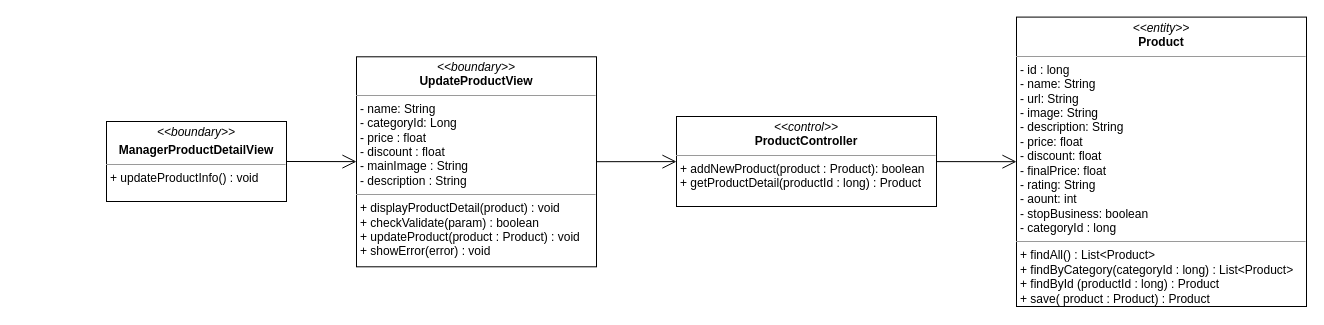
Above: class diagram/manager-update-product-class-diagram.drawio in nguyenphamvan/datn_20202 (draw.io), before the change. Source tidied: cells renumbered, new cells numbered last; positions are measured from the earlier drawing's top-left corner, leaving out a move shared by most shapes. Both pictures are drawn from the tidied source at 100%, with x=0, y=0 at pixel (106, 17).
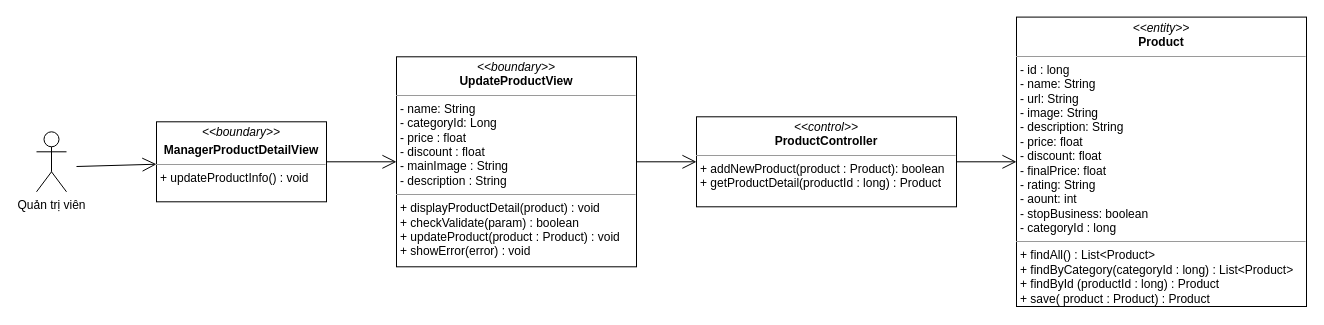
Above is the later version.

The edit, as a diff of the source:
```diff
@@
 <mxGraphModel>
   <root>
     <mxCell id="0" />
     <mxCell id="1" parent="0" />
     <mxCell id="2" value="&lt;p style=&quot;margin: 0px ; margin-top: 4px ; text-align: center&quot;&gt;&lt;i&gt;&amp;lt;&amp;lt;boundary&amp;gt;&amp;gt;&lt;/i&gt;&lt;/p&gt;&lt;p style=&quot;margin: 0px ; margin-top: 4px ; text-align: center&quot;&gt;&lt;b&gt;ManagerProductDetailView&lt;/b&gt;&lt;/p&gt;&lt;hr size=&quot;1&quot;&gt;&lt;p style=&quot;margin: 0px ; margin-left: 4px&quot;&gt;&lt;span&gt;+ updateProductInfo() : void&lt;br&gt;&lt;/span&gt;&lt;/p&gt;" style="verticalAlign=top;align=left;overflow=fill;fontSize=12;fontFamily=Helvetica;html=1;" parent="1" vertex="1">
-      <mxGeometry y="104" width="180" height="80" as="geometry" />
+      <mxGeometry x="50" y="104.3" width="170" height="80" as="geometry" />
     </mxCell>
     <mxCell id="3" style="endArrow=open;endFill=1;endSize=12;html=1;exitX=1;exitY=0.5;exitDx=0;exitDy=0;" parent="1" edge="1" source="2" target="7">
       <mxGeometry relative="1" as="geometry" />
     </mxCell>
     <mxCell id="4" value="&lt;p style=&quot;margin: 0px ; margin-top: 4px ; text-align: center&quot;&gt;&lt;i&gt;&amp;lt;&amp;lt;control&amp;gt;&amp;gt;&lt;/i&gt;&lt;br&gt;&lt;b&gt;ProductController&lt;/b&gt;&lt;/p&gt;&lt;hr size=&quot;1&quot;&gt;&lt;p style=&quot;margin: 0px ; margin-left: 4px&quot;&gt;+ addNewProduct(product : Product): boolean&lt;br&gt;&lt;/p&gt;&lt;p style=&quot;margin: 0px ; margin-left: 4px&quot;&gt;+ getProductDetail(productId : long) : Product&lt;/p&gt;" style="verticalAlign=top;align=left;overflow=fill;fontSize=12;fontFamily=Helvetica;html=1;" parent="1" vertex="1">
-      <mxGeometry x="570" y="99" width="260" height="90" as="geometry" />
+      <mxGeometry x="590" y="99.3" width="260" height="90" as="geometry" />
     </mxCell>
     <mxCell id="5" value="&lt;p style=&quot;margin: 0px ; margin-top: 4px ; text-align: center&quot;&gt;&lt;i&gt;&amp;lt;&amp;lt;entity&amp;gt;&amp;gt;&lt;/i&gt;&lt;br&gt;&lt;b&gt;Product&lt;/b&gt;&lt;/p&gt;&lt;hr size=&quot;1&quot;&gt;&lt;p style=&quot;margin: 0px ; margin-left: 4px&quot;&gt;- id : long&lt;/p&gt;&lt;p style=&quot;margin: 0px ; margin-left: 4px&quot;&gt;- name: String&lt;br&gt;- url: String&lt;/p&gt;&lt;p style=&quot;margin: 0px ; margin-left: 4px&quot;&gt;- image: String&lt;/p&gt;&lt;p style=&quot;margin: 0px ; margin-left: 4px&quot;&gt;- description: String&lt;/p&gt;&lt;p style=&quot;margin: 0px ; margin-left: 4px&quot;&gt;- price: float&lt;/p&gt;&lt;p style=&quot;margin: 0px ; margin-left: 4px&quot;&gt;- discount: float&lt;/p&gt;&lt;p style=&quot;margin: 0px ; margin-left: 4px&quot;&gt;- finalPrice: float&lt;/p&gt;&lt;p style=&quot;margin: 0px ; margin-left: 4px&quot;&gt;- rating: String&lt;/p&gt;&lt;p style=&quot;margin: 0px ; margin-left: 4px&quot;&gt;- aount: int&lt;/p&gt;&lt;p style=&quot;margin: 0px ; margin-left: 4px&quot;&gt;- stopBusiness: boolean&lt;/p&gt;&lt;p style=&quot;margin: 0px ; margin-left: 4px&quot;&gt;- categoryId : long&lt;/p&gt;&lt;hr size=&quot;1&quot;&gt;&lt;p style=&quot;margin: 0px 0px 0px 4px&quot;&gt;+ findAll() : List&amp;lt;Product&amp;gt;&lt;/p&gt;&lt;p style=&quot;margin: 0px 0px 0px 4px&quot;&gt;+ findByCategory(categoryId : long) : List&amp;lt;Product&amp;gt;&lt;/p&gt;&lt;p style=&quot;margin: 0px 0px 0px 4px&quot;&gt;+ findById (productId : long) : Product&lt;/p&gt;&lt;p style=&quot;margin: 0px 0px 0px 4px&quot;&gt;+ save( product : Product) : Product&lt;/p&gt;" style="verticalAlign=top;align=left;overflow=fill;fontSize=12;fontFamily=Helvetica;html=1;" parent="1" vertex="1">
       <mxGeometry x="910" y="-0.4" width="290" height="289.4" as="geometry" />
     </mxCell>
     <mxCell id="6" style="endArrow=open;endFill=1;endSize=12;html=1;" parent="1" edge="1" source="4" target="5">
       <mxGeometry relative="1" as="geometry" />
     </mxCell>
     <mxCell id="7" value="&lt;p style=&quot;margin: 0px ; margin-top: 4px ; text-align: center&quot;&gt;&lt;i&gt;&amp;lt;&amp;lt;boundary&amp;gt;&amp;gt;&lt;/i&gt;&lt;br&gt;&lt;b&gt;UpdateProductView&lt;/b&gt;&lt;/p&gt;&lt;hr size=&quot;1&quot;&gt;&lt;p style=&quot;margin: 0px ; margin-left: 4px&quot;&gt;- name: String&lt;br&gt;- categoryId: Long&lt;/p&gt;&lt;p style=&quot;margin: 0px ; margin-left: 4px&quot;&gt;- price : float&lt;/p&gt;&lt;p style=&quot;margin: 0px ; margin-left: 4px&quot;&gt;- discount : float&lt;/p&gt;&lt;p style=&quot;margin: 0px ; margin-left: 4px&quot;&gt;- mainImage : String&lt;/p&gt;&lt;p style=&quot;margin: 0px ; margin-left: 4px&quot;&gt;- description : String&lt;/p&gt;&lt;hr size=&quot;1&quot;&gt;&lt;p style=&quot;margin: 0px 0px 0px 4px&quot;&gt;+ displayProductDetail(product) : void&lt;/p&gt;&lt;p style=&quot;margin: 0px 0px 0px 4px&quot;&gt;+ checkValidate(param) : boolean&lt;/p&gt;&lt;p style=&quot;margin: 0px 0px 0px 4px&quot;&gt;+ updateProduct(product : Product) : void&lt;/p&gt;&lt;p style=&quot;margin: 0px 0px 0px 4px&quot;&gt;+ showError(error) : void&lt;/p&gt;" style="verticalAlign=top;align=left;overflow=fill;fontSize=12;fontFamily=Helvetica;html=1;" parent="1" vertex="1">
-      <mxGeometry x="250" y="39.3" width="240" height="210" as="geometry" />
+      <mxGeometry x="290" y="39.3" width="240" height="210" as="geometry" />
     </mxCell>
     <mxCell id="8" style="endArrow=open;endFill=1;endSize=12;html=1;" parent="1" edge="1" source="7" target="4">
       <mxGeometry relative="1" as="geometry" />
     </mxCell>
+    <mxCell id="9" value="Quản trị viên" style="shape=umlActor;verticalLabelPosition=bottom;verticalAlign=top;html=1;" parent="1" vertex="1">
+      <mxGeometry x="-70" y="114.3" width="30" height="60" as="geometry" />
+    </mxCell>
+    <mxCell id="10" style="endArrow=open;endFill=1;endSize=12;html=1;" parent="1" edge="1" target="2">
+      <mxGeometry relative="1" as="geometry">
+        <mxPoint x="-30" y="149" as="sourcePoint" />
+      </mxGeometry>
+    </mxCell>
   </root>
 </mxGraphModel>
```
